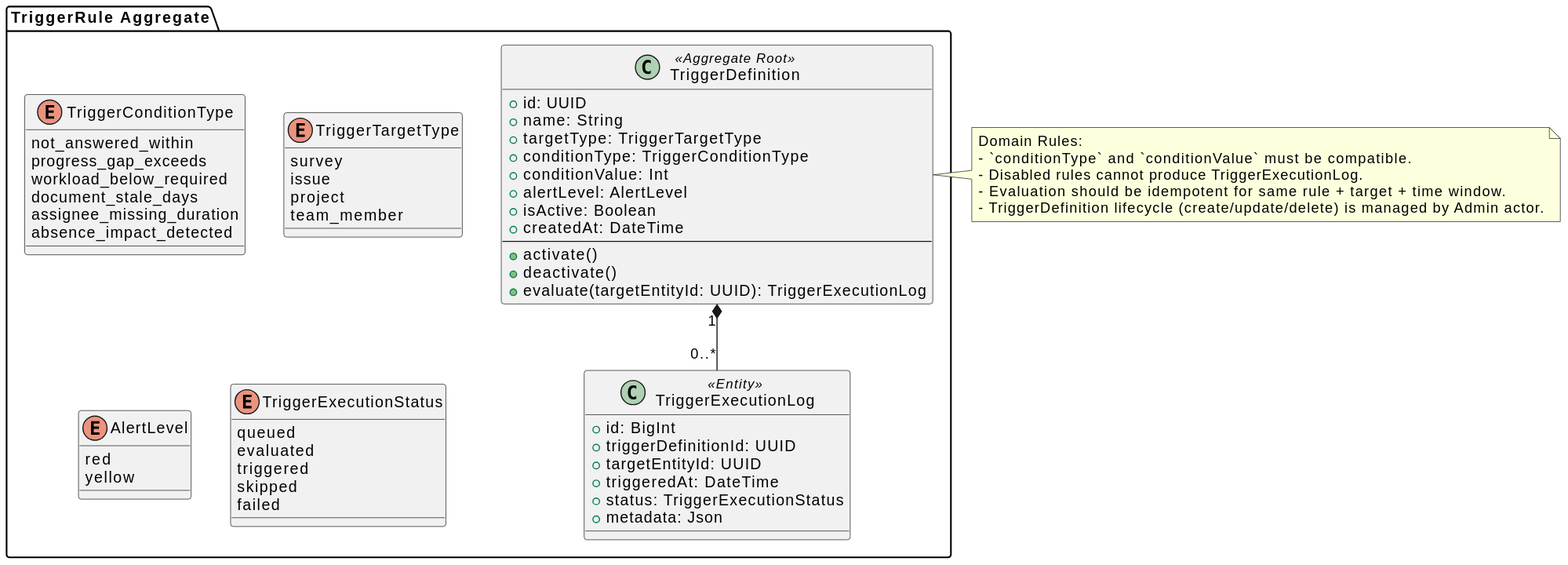
The PlantUML diagram docs/generated-diagrams/domain-models/trigger-rule-aggregate.svg in Bonbooon/teamdev-2026, before a commit. Source of this version:
```plantuml
@startuml
package "TriggerRule Aggregate" {

  class TriggerDefinition <<Aggregate Root>> {
    +id: UUID
    +name: String
    +targetType: TriggerTargetType
    +conditionType: TriggerConditionType
    +conditionValue: Int
    +alertLevel: AlertLevel
    +isActive: Boolean
    +createdAt: DateTime
    --
    +activate()
    +deactivate()
    +evaluate(targetEntityId: UUID): TriggerExecutionLog
  }

  enum TriggerConditionType {
    not_answered_within
    progress_gap_exceeds
    workload_below_required
    document_stale_days
    assignee_missing_duration
    absence_impact_detected
  }

  enum TriggerTargetType {
    survey
    issue
    project
    team_member
  }

  enum AlertLevel {
    red
    yellow
  }

  class TriggerExecutionLog <<Entity>> {
    +id: BigInt
    +triggerDefinitionId: UUID
    +targetEntityId: UUID
    +triggeredAt: DateTime
    +status: TriggerExecutionStatus
    +metadata: Json
  }

  enum TriggerExecutionStatus {
    queued
    evaluated
    triggered
    skipped
    failed
  }

  TriggerDefinition "1" *-- "0..*" TriggerExecutionLog
}

note right of TriggerDefinition
Domain Rules:
- `conditionType` and `conditionValue` must be compatible.
- Disabled rules cannot produce TriggerExecutionLog.
- Evaluation should be idempotent for same rule + target + time window.
- TriggerDefinition lifecycle (create/update/delete) is managed by Admin actor.
end note
@enduml
```
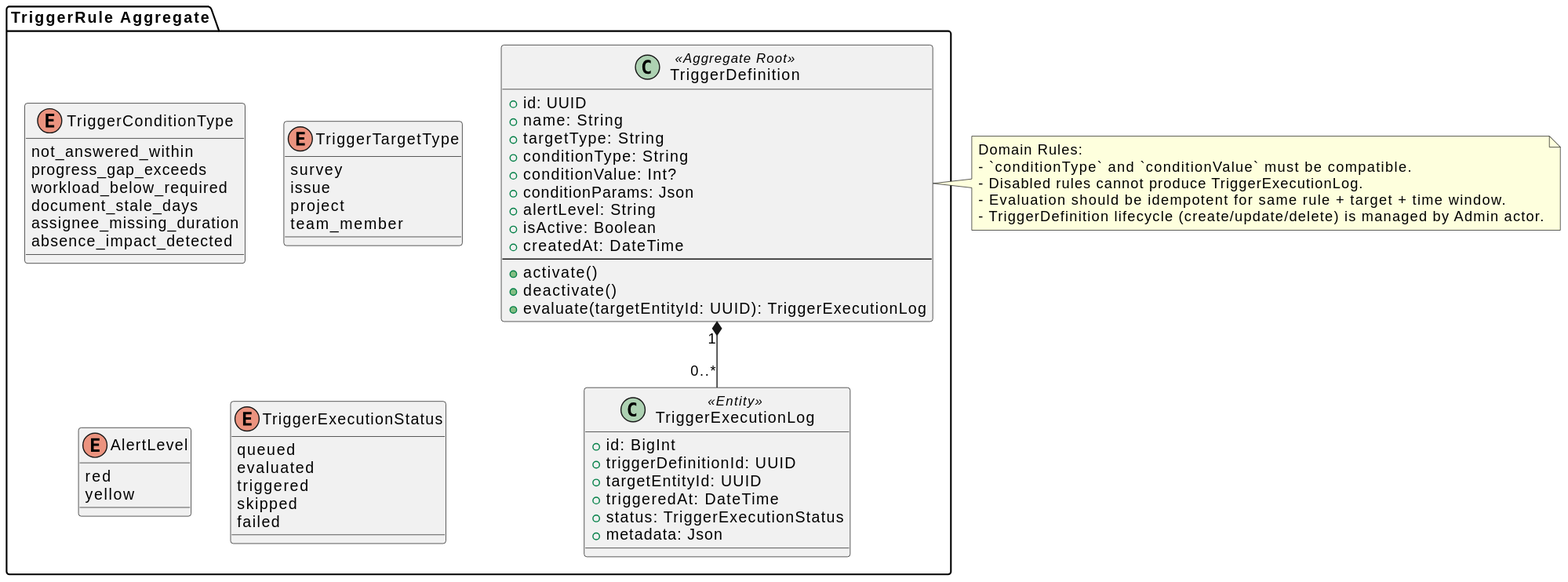
The same diagram one commit later.

Commit message:
chore(diagrams): auto-generate SVGs

Diff of the diagram source:
```diff
@@ -4,10 +4,11 @@
   class TriggerDefinition <<Aggregate Root>> {
     +id: UUID
     +name: String
-    +targetType: TriggerTargetType
-    +conditionType: TriggerConditionType
-    +conditionValue: Int
-    +alertLevel: AlertLevel
+    +targetType: String
+    +conditionType: String
+    +conditionValue: Int?
+    +conditionParams: Json
+    +alertLevel: String
     +isActive: Boolean
     +createdAt: DateTime
     --
```
